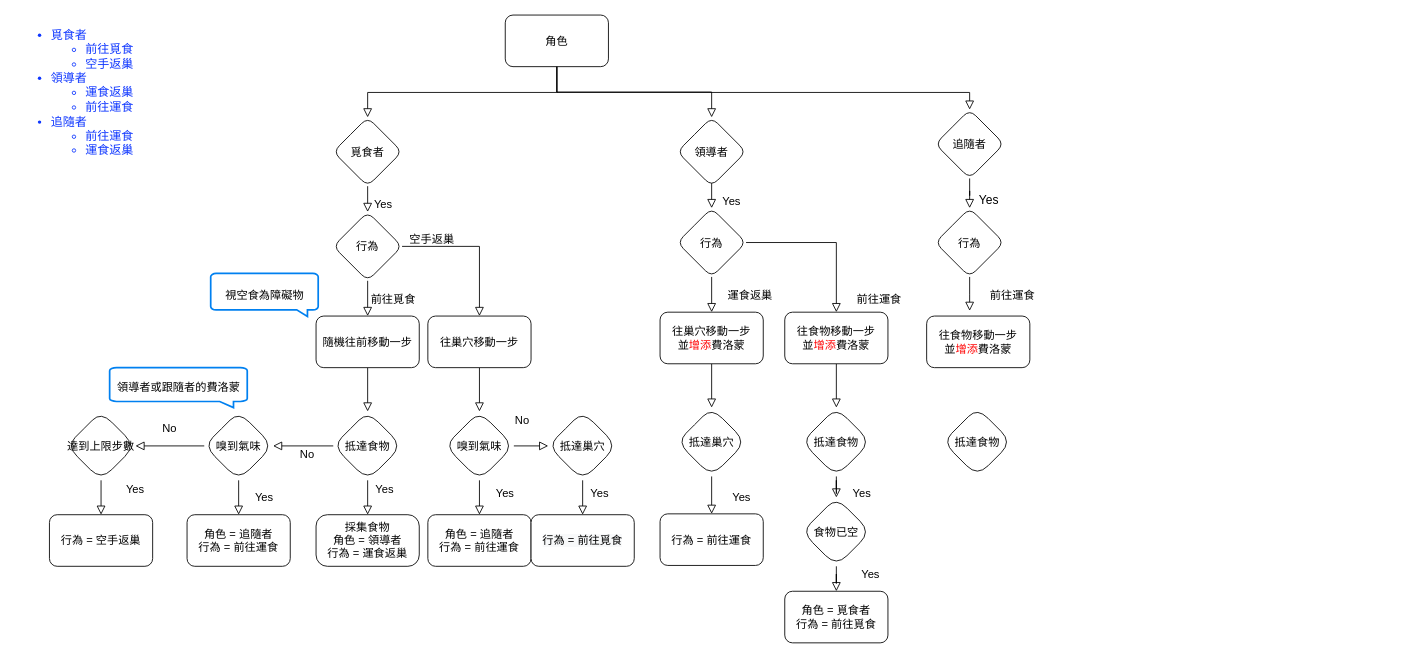
This is page "移動規則" (2 of 3) of Move Rule Diagram.drawio from QiuBingCheng/AntColonySimulation, a draw.io file, before an edit. Source tidied: cells renumbered, new cells numbered last; positions are measured from the earlier drawing's top-left corner, leaving out a move shared by most shapes. Both pictures are drawn from the tidied source at 86%, with x=0, y=0 at pixel (15, 15).
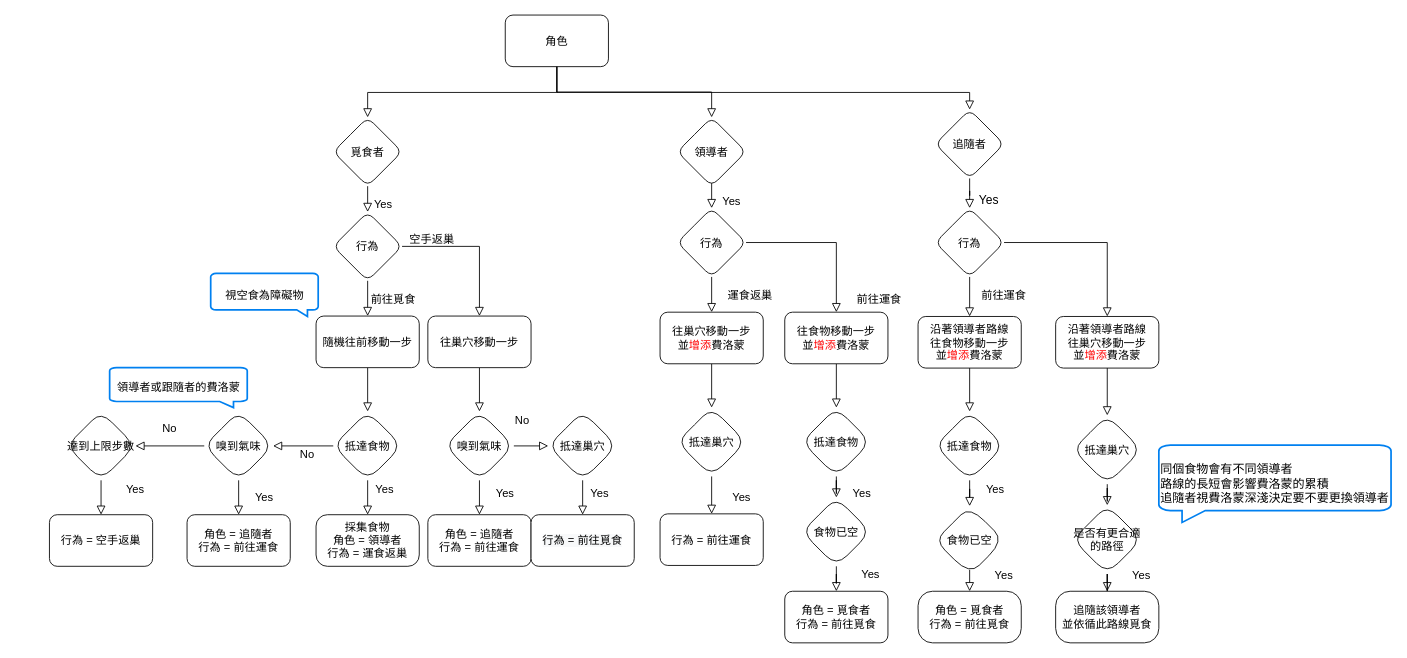
The same page after the edit.

The change refers to these unchanged cells:
```xml
<mxCell id="69" value="行為" style="rhombus;whiteSpace=wrap;html=1;rounded=1;shadow=0;strokeWidth=1;glass=0;fontSize=13;" parent="1" vertex="1">
  <mxGeometry x="1070" y="224.5" width="80" height="80" as="geometry" />
</mxCell>
```

The edit, as a diff of the source:
```diff
@@
-    <mxCell id="65" value="&lt;ul style=&quot;font-size: 14px;&quot;&gt;&lt;li style=&quot;font-size: 14px;&quot;&gt;覓食者&lt;/li&gt;&lt;ul style=&quot;font-size: 14px;&quot;&gt;&lt;li style=&quot;font-size: 14px;&quot;&gt;前往覓食&lt;/li&gt;&lt;li style=&quot;font-size: 14px;&quot;&gt;空手返巢&lt;/li&gt;&lt;/ul&gt;&lt;li style=&quot;font-size: 14px;&quot;&gt;領導者&lt;/li&gt;&lt;ul style=&quot;font-size: 14px;&quot;&gt;&lt;li style=&quot;font-size: 14px;&quot;&gt;運食返巢&lt;/li&gt;&lt;li style=&quot;font-size: 14px;&quot;&gt;前往運食&lt;/li&gt;&lt;/ul&gt;&lt;li style=&quot;font-size: 14px;&quot;&gt;追隨者&lt;/li&gt;&lt;ul style=&quot;font-size: 14px;&quot;&gt;&lt;li style=&quot;font-size: 14px;&quot;&gt;前往運食&lt;/li&gt;&lt;li style=&quot;font-size: 14px;&quot;&gt;運食返巢&lt;/li&gt;&lt;/ul&gt;&lt;/ul&gt;" style="text;html=1;strokeColor=none;fillColor=none;align=left;verticalAlign=middle;whiteSpace=wrap;rounded=0;fontSize=14;fontStyle=0;fontColor=#0F37FF;" parent="1" vertex="1">
-      <mxGeometry y="40" width="170" height="100" as="geometry" />
-    </mxCell>
@@
-    <mxCell id="68" style="edgeStyle=orthogonalEdgeStyle;rounded=0;jettySize=auto;html=1;shadow=0;labelBackgroundColor=none;endArrow=block;endFill=0;endSize=8;strokeWidth=1;fontSize=14;fontColor=#000000;align=right;" parent="1" edge="1" source="69">
-      <mxGeometry relative="1" as="geometry">
-        <mxPoint x="1110" y="344" as="targetPoint" />
-      </mxGeometry>
-    </mxCell>
+    <mxCell id="75" style="edgeStyle=orthogonalEdgeStyle;rounded=0;jettySize=auto;html=1;shadow=0;labelBackgroundColor=none;endArrow=block;endFill=0;endSize=8;strokeWidth=1;fontSize=14;fontColor=#000000;align=right;" parent="1" edge="1" source="69" target="71">
+      <mxGeometry relative="1" as="geometry" />
+    </mxCell>
+    <mxCell id="76" style="edgeStyle=orthogonalEdgeStyle;rounded=0;jettySize=auto;html=1;entryX=0.5;entryY=0;entryDx=0;entryDy=0;shadow=0;labelBackgroundColor=none;endArrow=block;endFill=0;endSize=8;strokeWidth=1;fontSize=14;fontColor=#000000;align=right;" parent="1" edge="1" source="69" target="85">
+      <mxGeometry relative="1" as="geometry" />
+    </mxCell>
@@
     <mxCell id="70" value="前往運食" style="text;html=1;strokeColor=none;fillColor=none;align=center;verticalAlign=middle;whiteSpace=wrap;rounded=0;fontColor=#000000;fontSize=13;" parent="1" vertex="1">
-      <mxGeometry x="1120" y="315.5" width="80" height="20" as="geometry" />
+      <mxGeometry x="1110" y="315.5" width="80" height="20" as="geometry" />
     </mxCell>
+    <mxCell id="77" style="edgeStyle=orthogonalEdgeStyle;rounded=0;jettySize=auto;html=1;shadow=0;labelBackgroundColor=none;endArrow=block;endFill=0;endSize=8;strokeWidth=1;fontSize=14;fontColor=#000000;align=right;" parent="1" edge="1" source="71" target="72">
+      <mxGeometry relative="1" as="geometry" />
+    </mxCell>
-    <mxCell id="71" value="往食物移動一步&lt;br&gt;並&lt;font color=&quot;#ff0000&quot;&gt;增添&lt;/font&gt;費洛蒙" style="whiteSpace=wrap;html=1;rounded=1;shadow=0;strokeWidth=1;glass=0;fontSize=13;" parent="1" vertex="1">
-      <mxGeometry x="1060" y="350" width="120" height="60" as="geometry" />
+    <mxCell id="71" value="沿著領導者路線&lt;br&gt;往食物移動一步&lt;br&gt;並&lt;font color=&quot;#ff0000&quot;&gt;增添&lt;/font&gt;費洛蒙" style="whiteSpace=wrap;html=1;rounded=1;shadow=0;strokeWidth=1;glass=0;fontSize=13;" parent="1" vertex="1">
+      <mxGeometry x="1050" y="350.5" width="120" height="60" as="geometry" />
     </mxCell>
-    <mxCell id="72" value="抵達食物" style="rhombus;whiteSpace=wrap;html=1;rounded=1;shadow=0;strokeWidth=1;glass=0;arcSize=35;fontSize=13;" parent="1" vertex="1">
-      <mxGeometry x="1079" y="456.5" width="80" height="80" as="geometry" />
-    </mxCell>
@@
+    <mxCell id="78" style="edgeStyle=orthogonalEdgeStyle;rounded=0;jettySize=auto;html=1;shadow=0;labelBackgroundColor=none;endArrow=block;endFill=0;endSize=8;strokeWidth=1;fontSize=13;align=right;" parent="1" edge="1" source="72" target="79">
+      <mxGeometry relative="1" as="geometry" />
+    </mxCell>
+    <mxCell id="72" value="抵達食物" style="rhombus;whiteSpace=wrap;html=1;rounded=1;shadow=0;strokeWidth=1;glass=0;arcSize=35;fontSize=13;" parent="1" vertex="1">
+      <mxGeometry x="1070" y="461" width="80" height="80" as="geometry" />
+    </mxCell>
+    <mxCell id="79" value="食物已空" style="rhombus;whiteSpace=wrap;html=1;rounded=1;shadow=0;strokeWidth=1;glass=0;arcSize=50;fontSize=13;" parent="1" vertex="1">
+      <mxGeometry x="1070" y="571" width="80" height="80" as="geometry" />
+    </mxCell>
+    <mxCell id="80" value="Yes" style="text;html=1;strokeColor=none;fillColor=none;align=center;verticalAlign=middle;whiteSpace=wrap;rounded=0;fontColor=#000000;fontSize=13;" parent="1" vertex="1">
+      <mxGeometry x="1120" y="541" width="40" height="20" as="geometry" />
+    </mxCell>
+    <mxCell id="81" value="Yes" style="text;html=1;strokeColor=none;fillColor=none;align=center;verticalAlign=middle;whiteSpace=wrap;rounded=0;fontColor=#000000;fontSize=13;" parent="1" vertex="1">
+      <mxGeometry x="1130" y="641" width="40" height="20" as="geometry" />
+    </mxCell>
+    <mxCell id="82" value="角色 = 覓食者&lt;br&gt;行為 = 前往覓食" style="whiteSpace=wrap;html=1;rounded=1;shadow=0;strokeWidth=1;glass=0;fontSize=13;direction=west;arcSize=28;" parent="1" vertex="1">
+      <mxGeometry x="1050" y="670" width="120" height="60" as="geometry" />
+    </mxCell>
+    <mxCell id="83" style="edgeStyle=orthogonalEdgeStyle;rounded=0;jettySize=auto;html=1;shadow=0;labelBackgroundColor=none;endArrow=block;endFill=0;endSize=8;strokeWidth=1;fontSize=13;align=right;entryX=0.5;entryY=1;entryDx=0;entryDy=0;" parent="1" edge="1" target="82">
+      <mxGeometry relative="1" as="geometry">
+        <mxPoint x="1110" y="645" as="sourcePoint" />
+      </mxGeometry>
+    </mxCell>
+    <mxCell id="84" style="edgeStyle=orthogonalEdgeStyle;rounded=0;jettySize=auto;html=1;shadow=0;labelBackgroundColor=none;endArrow=block;endFill=0;endSize=8;strokeWidth=1;fontSize=14;fontColor=#000000;align=right;" parent="1" edge="1" source="85" target="87">
+      <mxGeometry relative="1" as="geometry" />
+    </mxCell>
+    <mxCell id="85" value="沿著領導者路線&lt;br&gt;往巢穴移動一步&lt;br style=&quot;font-size: 13px&quot;&gt;並&lt;font color=&quot;#ff0000&quot; style=&quot;font-size: 13px&quot;&gt;增添&lt;/font&gt;費洛蒙" style="whiteSpace=wrap;html=1;rounded=1;shadow=0;strokeWidth=1;glass=0;fontSize=13;" parent="1" vertex="1">
+      <mxGeometry x="1210" y="350.5" width="120" height="60" as="geometry" />
+    </mxCell>
+    <mxCell id="86" style="edgeStyle=orthogonalEdgeStyle;rounded=0;jettySize=auto;html=1;shadow=0;labelBackgroundColor=none;endArrow=block;endFill=0;endSize=8;strokeWidth=1;fontSize=14;fontColor=#000000;align=right;" parent="1" edge="1" source="87" target="89">
+      <mxGeometry relative="1" as="geometry" />
+    </mxCell>
+    <mxCell id="87" value="抵達巢穴" style="rhombus;whiteSpace=wrap;html=1;rounded=1;shadow=0;strokeWidth=1;glass=0;arcSize=35;fontSize=13;" parent="1" vertex="1">
+      <mxGeometry x="1230" y="465.5" width="80" height="80" as="geometry" />
+    </mxCell>
+    <mxCell id="88" style="edgeStyle=orthogonalEdgeStyle;rounded=0;jettySize=auto;html=1;shadow=0;labelBackgroundColor=none;endArrow=block;endFill=0;endSize=8;strokeWidth=1;fontSize=14;fontColor=#000000;align=right;" parent="1" edge="1" source="89" target="90">
+      <mxGeometry relative="1" as="geometry" />
+    </mxCell>
+    <mxCell id="89" value="是否有更合適的路徑" style="rhombus;whiteSpace=wrap;html=1;rounded=1;shadow=0;strokeWidth=1;glass=0;arcSize=35;fontSize=13;" parent="1" vertex="1">
+      <mxGeometry x="1230" y="570" width="80" height="80" as="geometry" />
+    </mxCell>
+    <mxCell id="90" value="追隨該領導者&lt;br&gt;並依循此路線覓食" style="whiteSpace=wrap;html=1;rounded=1;shadow=0;strokeWidth=1;glass=0;fontSize=13;direction=west;arcSize=28;" parent="1" vertex="1">
+      <mxGeometry x="1210" y="670" width="120" height="60" as="geometry" />
+    </mxCell>
+    <mxCell id="91" value="同個食物會有不同領導者&lt;br&gt;路線的長短會影響費洛蒙的累積&lt;br&gt;追隨者視費洛蒙深淺決定要不要更換領導者" style="html=1;verticalLabelPosition=middle;align=left;labelBackgroundColor=#ffffff;verticalAlign=middle;strokeWidth=2;strokeColor=#0080F0;shadow=0;dashed=0;shape=mxgraph.ios7.icons.message;fontSize=14;fontColor=#000000;flipH=1;labelPosition=center;" parent="1" vertex="1">
+      <mxGeometry x="1330" y="500" width="270" height="90" as="geometry" />
+    </mxCell>
+    <mxCell id="92" value="Yes" style="text;html=1;strokeColor=none;fillColor=none;align=center;verticalAlign=middle;whiteSpace=wrap;rounded=0;fontColor=#000000;fontSize=13;" parent="1" vertex="1">
+      <mxGeometry x="1290" y="641" width="40" height="20" as="geometry" />
+    </mxCell>
```
